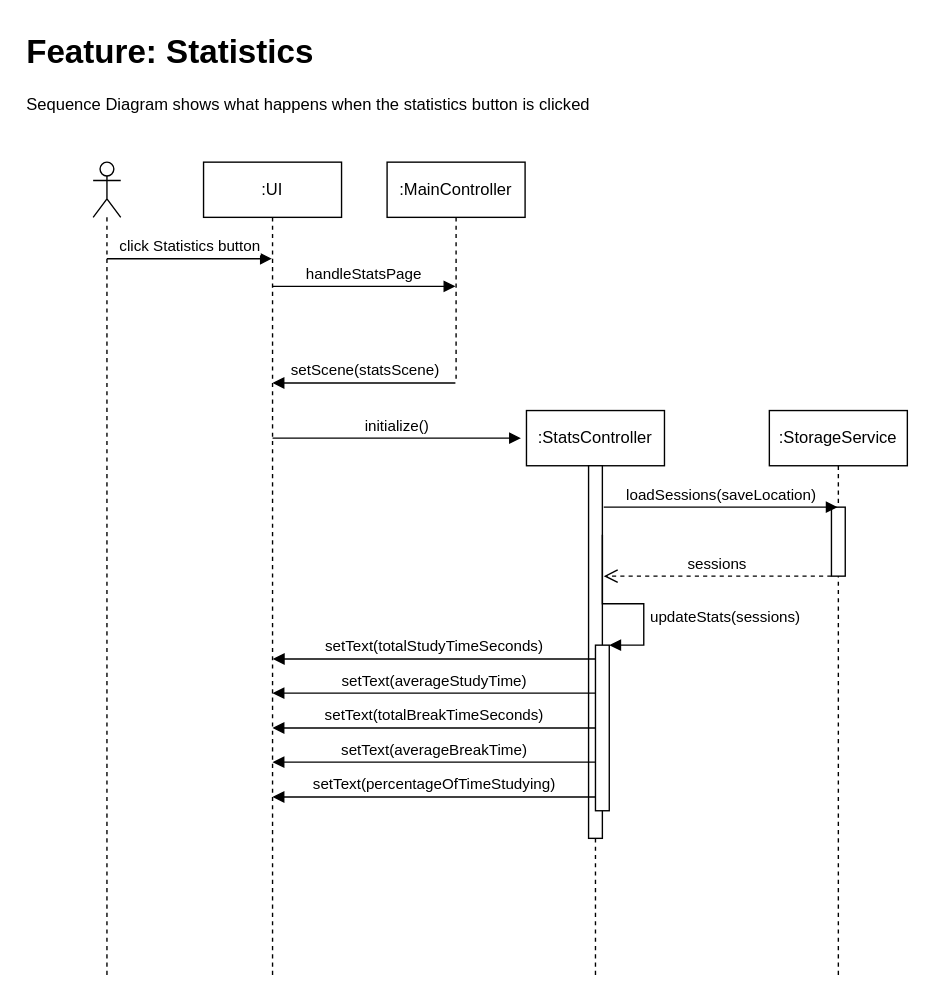
Jen999/tick-tock keeps this draw.io diagram as page "Stats Feature" (5 of 5) of docs/developer_guide/SolutionArchitecture.drawio. Above is the earlier version. Source tidied: cells renumbered, new cells numbered last; positions are measured from the earlier drawing's top-left corner, leaving out a move shared by most shapes. Both pictures are drawn from the tidied source at 138%, with x=0, y=0 at pixel (23, 23).
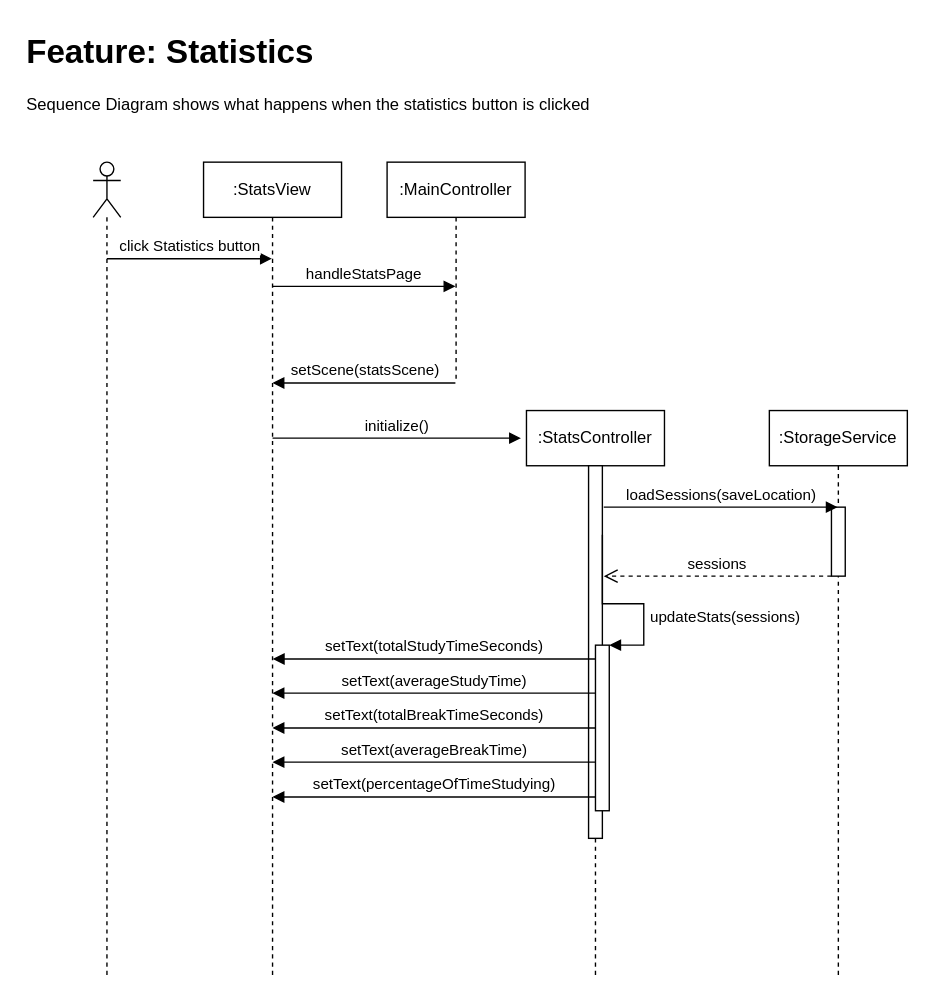
The same page after the edit.

Diff of the diagram source:
```diff
@@
-    <mxCell id="4" value=":UI" style="shape=umlLifeline;perimeter=lifelinePerimeter;whiteSpace=wrap;html=1;outlineConnect=0;portConstraint=eastwest;newEdgeStyle={&quot;curved&quot;:0,&quot;rounded&quot;:0};" parent="1" vertex="1">
+    <mxCell id="4" value=":StatsView" style="shape=umlLifeline;perimeter=lifelinePerimeter;whiteSpace=wrap;html=1;outlineConnect=0;portConstraint=eastwest;newEdgeStyle={&quot;curved&quot;:0,&quot;rounded&quot;:0};" parent="1" vertex="1">
       <mxGeometry x="130" y="100" width="100" height="590" as="geometry" />
     </mxCell>
```
